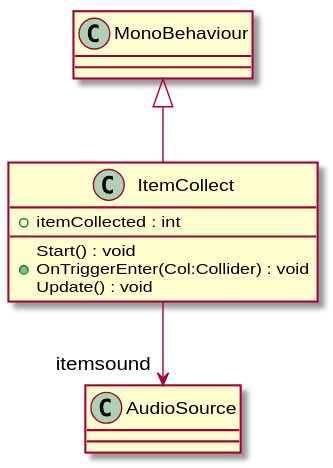
This is UML/Assets/Scripts/ItemCollect.svg from jimmy12613/GameDesignAndDevelopemt, a PlantUML export, as it was before one commit. Its diagram source:
```plantuml
@startuml
class ItemCollect {
    + itemCollected : int
    Start() : void
    + OnTriggerEnter(Col:Collider) : void
    Update() : void
}
MonoBehaviour <|-- ItemCollect
ItemCollect --> "itemsound" AudioSource
@enduml
```
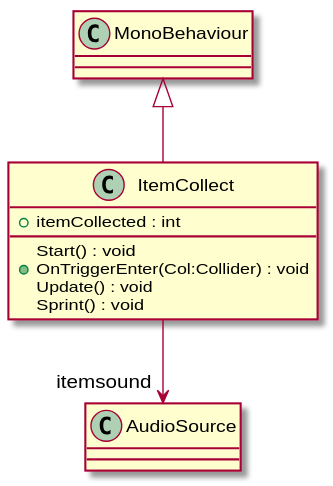
The same file after the commit.

Commit message:
Generate UML (Generate UML)

The edit, as a diff of the source:
```diff
@@ -4,6 +4,7 @@
     Start() : void
     + OnTriggerEnter(Col:Collider) : void
     Update() : void
+    Sprint() : void
 }
 MonoBehaviour <|-- ItemCollect
 ItemCollect --> "itemsound" AudioSource
```
